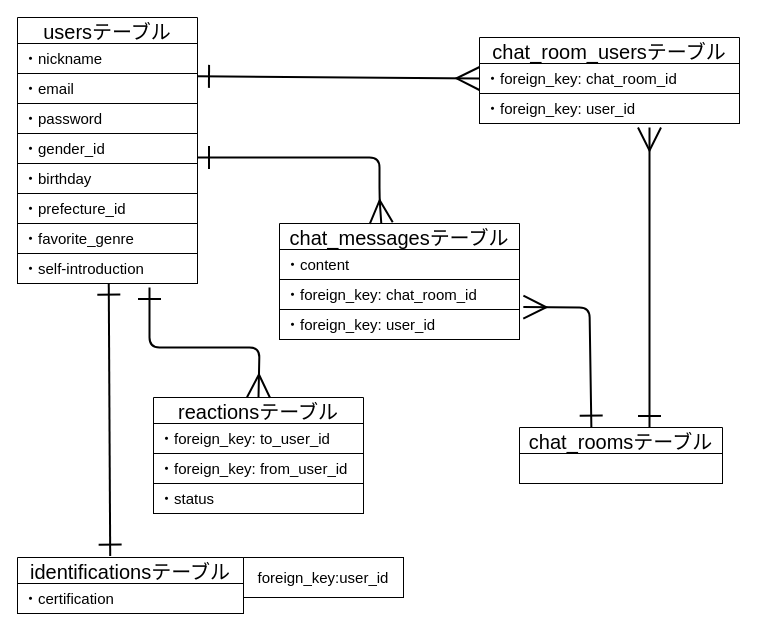
Earlier version of the draw.io diagram page "ER図" (1 of 2) of umaren.dio (suzuka1621/UMAREN1). Source tidied: cells renumbered, new cells numbered last; positions are measured from the earlier drawing's top-left corner, leaving out a move shared by most shapes. Both pictures are drawn from the tidied source at 100%, with x=0, y=0 at pixel (17, 17).
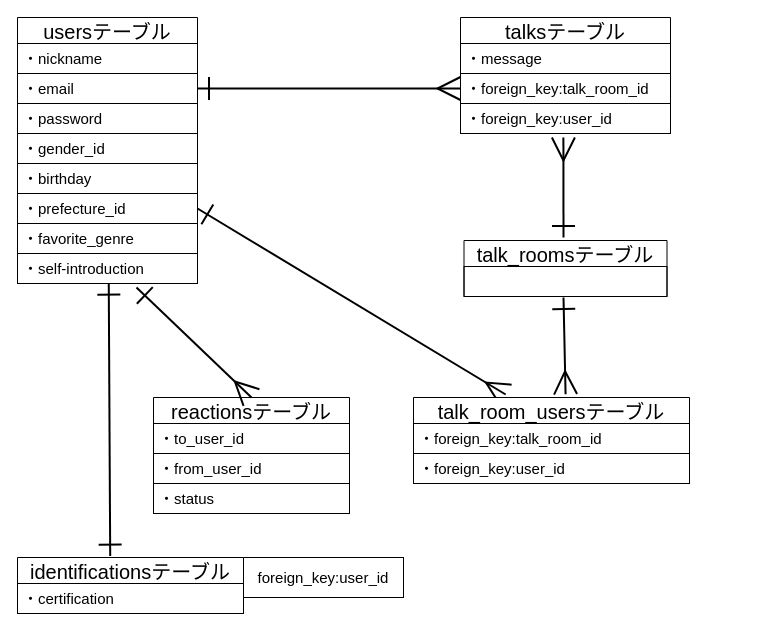
Above is the later version.

The change refers to these unchanged cells:
```xml
<mxCell id="4" value="・email" style="text;strokeColor=default;fillColor=none;spacingLeft=4;spacingRight=4;overflow=hidden;points=[[0,0.5],[1,0.5]];portConstraint=eastwest;fontSize=15;" parent="2" vertex="1">
  <mxGeometry y="56" width="180" height="30" as="geometry" />
</mxCell>
<mxCell id="8" value="・prefecture_id" style="text;strokeColor=default;fillColor=none;spacingLeft=4;spacingRight=4;overflow=hidden;points=[[0,0.5],[1,0.5]];portConstraint=eastwest;fontSize=15;" parent="2" vertex="1">
  <mxGeometry y="176" width="180" height="30" as="geometry" />
</mxCell>
```

Diff of the diagram source:
```diff
@@
-    <mxCell id="9" value="chat_messagesテーブル" style="swimlane;fontStyle=0;horizontal=1;startSize=26;align=center;fontSize=20;" parent="1" vertex="1">
-      <mxGeometry x="262" y="206" width="240" height="116" as="geometry" />
+    <mxCell id="9" value="talksテーブル" style="swimlane;fontStyle=0;horizontal=1;startSize=26;align=center;fontSize=20;" parent="1" vertex="1">
+      <mxGeometry x="443" width="210" height="116" as="geometry" />
     </mxCell>
-    <mxCell id="10" value="・content" style="text;strokeColor=default;fillColor=none;spacingLeft=4;spacingRight=4;overflow=hidden;fontSize=15;" parent="9" vertex="1">
-      <mxGeometry y="26" width="240" height="30" as="geometry" />
+    <mxCell id="10" value="・message" style="text;strokeColor=default;fillColor=none;spacingLeft=4;spacingRight=4;overflow=hidden;fontSize=15;" parent="9" vertex="1">
+      <mxGeometry y="26" width="210" height="30" as="geometry" />
     </mxCell>
-    <mxCell id="11" value="・foreign_key: chat_room_id" style="text;strokeColor=default;fillColor=none;spacingLeft=4;spacingRight=4;overflow=hidden;points=[[0,0.5],[1,0.5]];portConstraint=eastwest;fontSize=15;" parent="9" vertex="1">
-      <mxGeometry y="56" width="240" height="30" as="geometry" />
+    <mxCell id="11" value="・foreign_key:talk_room_id" style="text;strokeColor=default;fillColor=none;spacingLeft=4;spacingRight=4;overflow=hidden;points=[[0,0.5],[1,0.5]];portConstraint=eastwest;fontSize=15;" parent="9" vertex="1">
+      <mxGeometry y="56" width="210" height="30" as="geometry" />
     </mxCell>
-    <mxCell id="12" value="・foreign_key: user_id" style="text;strokeColor=default;fillColor=none;spacingLeft=4;spacingRight=4;overflow=hidden;points=[[0,0.5],[1,0.5]];portConstraint=eastwest;fontSize=15;" parent="9" vertex="1">
-      <mxGeometry y="86" width="240" height="30" as="geometry" />
+    <mxCell id="12" value="・foreign_key:user_id" style="text;strokeColor=default;fillColor=none;spacingLeft=4;spacingRight=4;overflow=hidden;points=[[0,0.5],[1,0.5]];portConstraint=eastwest;fontSize=15;" parent="9" vertex="1">
+      <mxGeometry y="86" width="210" height="30" as="geometry" />
     </mxCell>
@@
+    <mxCell id="33" style="edgeStyle=none;jumpStyle=none;jumpSize=20;html=1;strokeColor=default;strokeWidth=2;fontFamily=Helvetica;fontSize=15;startArrow=ERmany;startFill=0;endArrow=ERone;endFill=0;startSize=20;endSize=20;sourcePerimeterSpacing=20;targetPerimeterSpacing=20;exitX=0;exitY=0.5;exitDx=0;exitDy=0;entryX=1;entryY=0.5;entryDx=0;entryDy=0;" parent="1" edge="1" target="4">
+      <mxGeometry relative="1" as="geometry">
+        <mxPoint x="443" y="71" as="sourcePoint" />
+      </mxGeometry>
+    </mxCell>
     <mxCell id="16" value="reactionsテーブル" style="swimlane;fontStyle=0;horizontal=1;startSize=26;align=center;fontSize=20;" parent="1" vertex="1">
-      <mxGeometry x="136" y="380" width="210" height="116" as="geometry" />
+      <mxGeometry x="136" y="380" width="196" height="116" as="geometry" />
     </mxCell>
-    <mxCell id="17" value="・foreign_key: to_user_id" style="text;strokeColor=default;fillColor=none;spacingLeft=4;spacingRight=4;overflow=hidden;fontSize=15;" parent="16" vertex="1">
-      <mxGeometry y="26" width="210" height="30" as="geometry" />
+    <mxCell id="17" value="・to_user_id" style="text;strokeColor=default;fillColor=none;spacingLeft=4;spacingRight=4;overflow=hidden;fontSize=15;" parent="16" vertex="1">
+      <mxGeometry y="26" width="196" height="30" as="geometry" />
     </mxCell>
-    <mxCell id="18" value="・foreign_key: from_user_id" style="text;strokeColor=default;fillColor=none;spacingLeft=4;spacingRight=4;overflow=hidden;fontSize=15;" parent="16" vertex="1">
-      <mxGeometry y="56" width="210" height="30" as="geometry" />
+    <mxCell id="18" value="・from_user_id" style="text;strokeColor=default;fillColor=none;spacingLeft=4;spacingRight=4;overflow=hidden;fontSize=15;" parent="16" vertex="1">
+      <mxGeometry y="56" width="196" height="30" as="geometry" />
     </mxCell>
     <mxCell id="19" value="・status" style="text;strokeColor=default;fillColor=none;spacingLeft=4;spacingRight=4;overflow=hidden;fontSize=15;" parent="16" vertex="1">
-      <mxGeometry y="86" width="210" height="30" as="geometry" />
+      <mxGeometry y="86" width="196" height="30" as="geometry" />
     </mxCell>
@@
-    <mxCell id="23" value="chat_roomsテーブル" style="swimlane;fontStyle=0;horizontal=1;startSize=26;align=center;fontSize=20;" parent="1" vertex="1">
-      <mxGeometry x="502" y="410" width="203" height="56" as="geometry" />
+    <mxCell id="23" value="talk_roomsテーブル" style="swimlane;fontStyle=0;horizontal=1;startSize=26;align=center;fontSize=20;" parent="1" vertex="1">
+      <mxGeometry x="446.5" y="223" width="203" height="56" as="geometry" />
     </mxCell>
@@
+    <mxCell id="34" style="edgeStyle=none;jumpStyle=none;jumpSize=20;html=1;strokeColor=default;strokeWidth=2;fontFamily=Helvetica;fontSize=15;startArrow=ERmany;startFill=0;endArrow=ERone;endFill=0;startSize=20;endSize=20;sourcePerimeterSpacing=20;targetPerimeterSpacing=20;exitX=0.49;exitY=1.133;exitDx=0;exitDy=0;exitPerimeter=0;" parent="1" edge="1" source="12">
+      <mxGeometry relative="1" as="geometry">
+        <mxPoint x="546" y="220" as="targetPoint" />
+      </mxGeometry>
+    </mxCell>
     <mxCell id="25" style="edgeStyle=none;jumpStyle=none;jumpSize=20;html=1;strokeColor=default;strokeWidth=2;fontFamily=Helvetica;fontSize=15;startArrow=ERmany;startFill=0;endArrow=ERone;endFill=0;startSize=20;endSize=20;sourcePerimeterSpacing=20;targetPerimeterSpacing=20;exitX=0.5;exitY=0;exitDx=0;exitDy=0;" parent="1" edge="1" source="16">
       <mxGeometry relative="1" as="geometry">
-        <mxPoint x="132" y="270" as="targetPoint" />
-        <Array as="points">
-          <mxPoint x="242" y="330" />
-          <mxPoint x="132" y="330" />
-        </Array>
+        <mxPoint x="119" y="270" as="targetPoint" />
       </mxGeometry>
     </mxCell>
-    <mxCell id="26" style="edgeStyle=none;jumpStyle=none;jumpSize=20;html=1;strokeColor=default;strokeWidth=2;fontFamily=Helvetica;fontSize=15;startArrow=ERmany;startFill=0;endArrow=ERone;endFill=0;startSize=20;endSize=20;targetPerimeterSpacing=20;entryX=1;entryY=0.093;entryDx=0;entryDy=0;entryPerimeter=0;exitX=0;exitY=0.5;exitDx=0;exitDy=0;" parent="1" edge="1" source="28" target="4">
+    <mxCell id="26" style="edgeStyle=none;jumpStyle=none;jumpSize=20;html=1;strokeColor=default;strokeWidth=2;fontFamily=Helvetica;fontSize=15;startArrow=ERmany;startFill=0;endArrow=ERone;endFill=0;startSize=20;endSize=20;targetPerimeterSpacing=20;entryX=1;entryY=0.5;entryDx=0;entryDy=0;exitX=0.334;exitY=-0.035;exitDx=0;exitDy=0;exitPerimeter=0;" parent="1" edge="1" source="27" target="8">
       <mxGeometry relative="1" as="geometry" />
     </mxCell>
-    <mxCell id="27" value="chat_room_usersテーブル" style="swimlane;fontStyle=0;horizontal=1;startSize=26;align=center;fontSize=20;" parent="1" vertex="1">
-      <mxGeometry x="462" y="20" width="260" height="86" as="geometry" />
+    <mxCell id="27" value="talk_room_usersテーブル" style="swimlane;fontStyle=0;horizontal=1;startSize=26;align=center;fontSize=20;" parent="1" vertex="1">
+      <mxGeometry x="396" y="380" width="276" height="86" as="geometry" />
     </mxCell>
-    <mxCell id="28" value="・foreign_key: chat_room_id" style="text;strokeColor=default;fillColor=none;spacingLeft=4;spacingRight=4;overflow=hidden;points=[[0,0.5],[1,0.5]];portConstraint=eastwest;fontSize=15;" parent="27" vertex="1">
-      <mxGeometry y="26" width="260" height="30" as="geometry" />
+    <mxCell id="28" value="・foreign_key:talk_room_id" style="text;strokeColor=default;fillColor=none;spacingLeft=4;spacingRight=4;overflow=hidden;points=[[0,0.5],[1,0.5]];portConstraint=eastwest;fontSize=15;" parent="27" vertex="1">
+      <mxGeometry y="26" width="276" height="30" as="geometry" />
     </mxCell>
-    <mxCell id="29" value="・foreign_key: user_id" style="text;strokeColor=default;fillColor=none;spacingLeft=4;spacingRight=4;overflow=hidden;fontSize=15;" parent="27" vertex="1">
-      <mxGeometry y="56" width="260" height="30" as="geometry" />
+    <mxCell id="29" value="・foreign_key:user_id" style="text;strokeColor=default;fillColor=none;spacingLeft=4;spacingRight=4;overflow=hidden;fontSize=15;" parent="27" vertex="1">
+      <mxGeometry y="56" width="276" height="30" as="geometry" />
     </mxCell>
-    <mxCell id="30" style="edgeStyle=none;jumpStyle=none;jumpSize=20;html=1;strokeColor=default;strokeWidth=2;fontFamily=Helvetica;fontSize=15;startArrow=ERmany;startFill=0;endArrow=ERone;endFill=0;startSize=20;endSize=20;sourcePerimeterSpacing=20;targetPerimeterSpacing=20;exitX=1.016;exitY=0.92;exitDx=0;exitDy=0;exitPerimeter=0;entryX=0.354;entryY=-0.007;entryDx=0;entryDy=0;entryPerimeter=0;" parent="1" edge="1" source="11" target="23">
-      <mxGeometry relative="1" as="geometry">
-        <Array as="points">
-          <mxPoint x="572" y="290" />
-        </Array>
-      </mxGeometry>
-    </mxCell>
-    <mxCell id="31" style="edgeStyle=none;jumpStyle=none;jumpSize=20;html=1;strokeColor=default;strokeWidth=2;fontFamily=Helvetica;fontSize=15;startArrow=ERmany;startFill=0;endArrow=ERone;endFill=0;startSize=20;endSize=20;sourcePerimeterSpacing=20;targetPerimeterSpacing=20;" parent="1" edge="1">
-      <mxGeometry relative="1" as="geometry">
-        <mxPoint x="632" y="110" as="sourcePoint" />
-        <mxPoint x="632" y="410" as="targetPoint" />
-        <Array as="points">
-          <mxPoint x="632" y="290" />
-        </Array>
-      </mxGeometry>
-    </mxCell>
-    <mxCell id="32" style="edgeStyle=none;jumpStyle=none;jumpSize=20;html=1;strokeColor=default;strokeWidth=2;fontFamily=Helvetica;fontSize=15;startArrow=ERmany;startFill=0;endArrow=ERone;endFill=0;startSize=20;endSize=20;targetPerimeterSpacing=20;entryX=1;entryY=0.093;entryDx=0;entryDy=0;entryPerimeter=0;exitX=0.424;exitY=-0.003;exitDx=0;exitDy=0;exitPerimeter=0;" parent="1" edge="1" source="9">
-      <mxGeometry relative="1" as="geometry">
-        <mxPoint x="180" y="140" as="targetPoint" />
-        <Array as="points">
-          <mxPoint x="362" y="180" />
-          <mxPoint x="362" y="140" />
-        </Array>
-      </mxGeometry>
-    </mxCell>
+    <mxCell id="35" style="edgeStyle=none;jumpStyle=none;jumpSize=20;html=1;strokeColor=default;strokeWidth=2;fontFamily=Helvetica;fontSize=15;startArrow=ERmany;startFill=0;endArrow=ERone;endFill=0;startSize=20;endSize=20;sourcePerimeterSpacing=20;targetPerimeterSpacing=20;exitX=0.551;exitY=-0.037;exitDx=0;exitDy=0;exitPerimeter=0;" parent="1" edge="1" source="27">
+      <mxGeometry relative="1" as="geometry">
+        <mxPoint x="546" y="280" as="targetPoint" />
+      </mxGeometry>
+    </mxCell>
```
